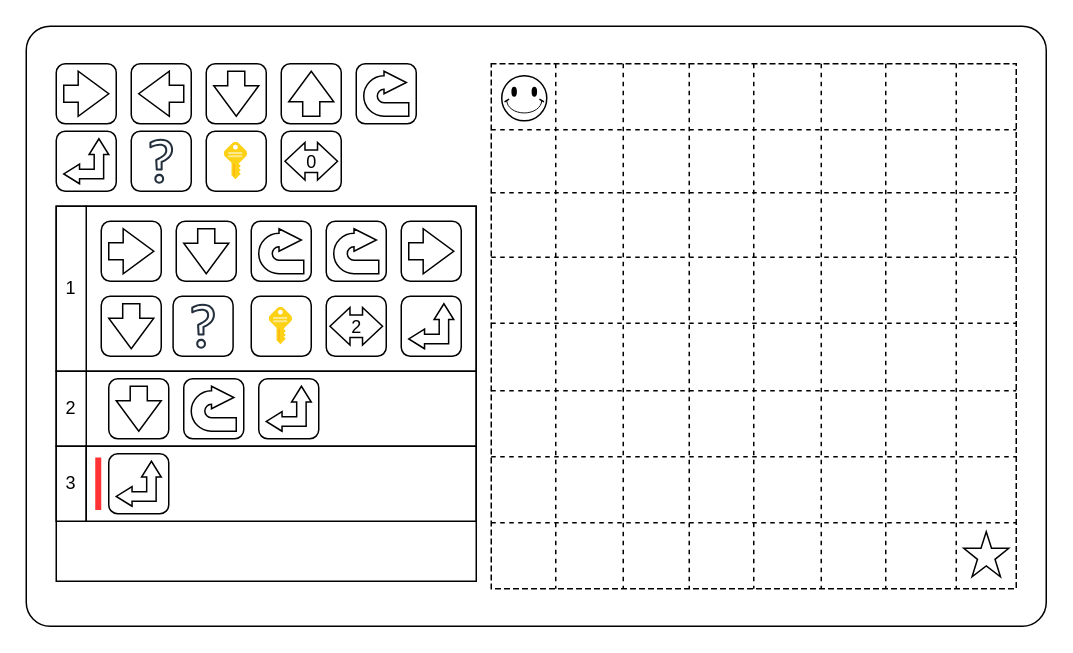
Before: docs/diagram.drawio in martinvarela206/Laberinto--, a draw.io diagram. Source tidied: cells renumbered, new cells numbered last; positions are measured from the earlier drawing's top-left corner, leaving out a move shared by most shapes. Both pictures are drawn from the tidied source at 150%, with x=0, y=0 at pixel (26, 26).
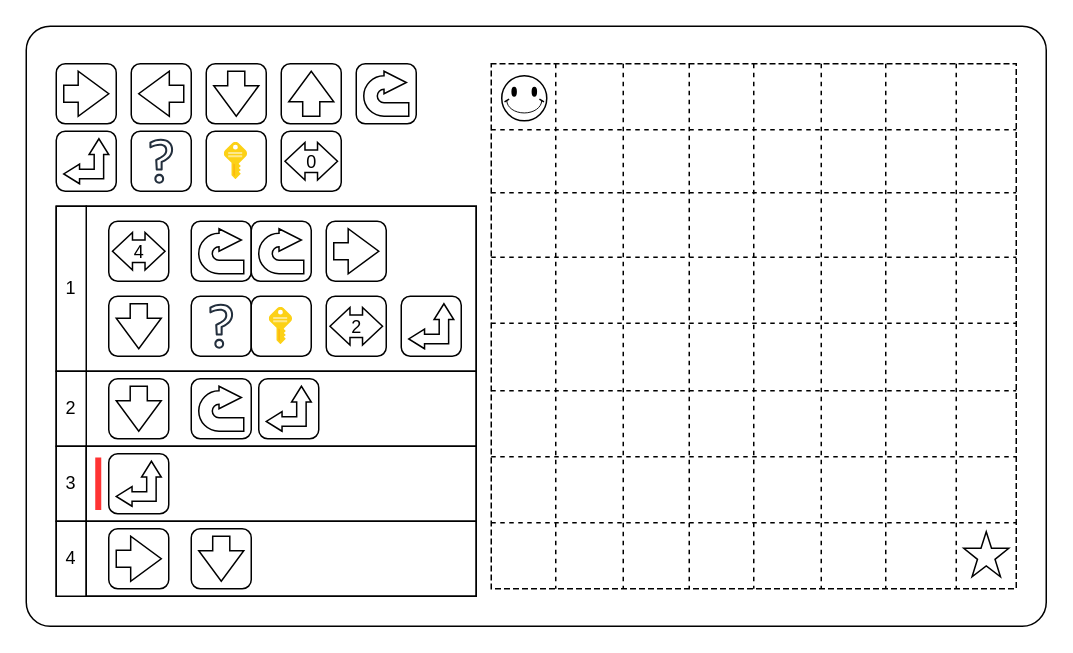
Above is the later version.

Commit message:
fix: update diagram dimensions and adjust cell positions for better layout

Change to the diagram source:
```diff
@@
+    <mxCell id="5" style="rounded=1;whiteSpace=wrap;html=1;arcSize=4;fillColor=none;" parent="1" vertex="1">
+      <mxGeometry width="680" height="400" as="geometry" />
+    </mxCell>
     <mxCell id="2" style="rounded=1;whiteSpace=wrap;html=1;arcSize=0;" parent="1" vertex="1">
-      <mxGeometry x="20" y="120" width="280" height="250" as="geometry" />
+      <mxGeometry x="20" y="120" width="280" height="260" as="geometry" />
     </mxCell>
@@
-    <mxCell id="5" style="rounded=1;whiteSpace=wrap;html=1;arcSize=4;fillColor=none;" parent="1" vertex="1">
-      <mxGeometry width="680" height="400" as="geometry" />
-    </mxCell>
@@
-    <mxCell id="97" style="group;" parent="1" vertex="1">
-      <mxGeometry x="50" y="130" width="40" height="40" as="geometry" />
-    </mxCell>
-    <mxCell id="98" style="rounded=1;whiteSpace=wrap;html=1;" parent="97" vertex="1">
-      <mxGeometry width="40" height="40" as="geometry" />
-    </mxCell>
-    <mxCell id="99" style="html=1;shadow=0;dashed=0;align=center;verticalAlign=middle;shape=mxgraph.arrows2.arrow;dy=0.62;dx=20.38;notch=0;" parent="97" vertex="1">
-      <mxGeometry x="5" y="5" width="30" height="30" as="geometry" />
-    </mxCell>
-    <mxCell id="100" style="group;" parent="1" vertex="1">
-      <mxGeometry x="100" y="130" width="40" height="40" as="geometry" />
-    </mxCell>
-    <mxCell id="101" style="rounded=1;whiteSpace=wrap;html=1;" parent="100" vertex="1">
-      <mxGeometry width="40" height="40" as="geometry" />
-    </mxCell>
-    <mxCell id="102" style="html=1;shadow=0;dashed=0;align=center;verticalAlign=middle;shape=mxgraph.arrows2.arrow;dy=0.62;dx=20.38;notch=0;flipH=1;direction=south;" parent="100" vertex="1">
-      <mxGeometry x="5" y="5" width="30" height="30" as="geometry" />
-    </mxCell>
     <mxCell id="103" style="group;" parent="1" vertex="1">
-      <mxGeometry x="150" y="130" width="40" height="40" as="geometry" />
+      <mxGeometry x="110" y="130" width="40" height="40" as="geometry" />
     </mxCell>
@@
     <mxCell id="106" style="group;" parent="1" vertex="1">
-      <mxGeometry x="200" y="130" width="40" height="40" as="geometry" />
+      <mxGeometry x="150" y="130" width="40" height="40" as="geometry" />
     </mxCell>
@@
     <mxCell id="109" style="group;" parent="1" vertex="1">
-      <mxGeometry x="250" y="130" width="40" height="40" as="geometry" />
+      <mxGeometry x="200" y="130" width="40" height="40" as="geometry" />
     </mxCell>
@@
     <mxCell id="112" style="group;" parent="1" vertex="1">
-      <mxGeometry x="50" y="180" width="40" height="40" as="geometry" />
+      <mxGeometry x="55" y="180" width="40" height="40" as="geometry" />
     </mxCell>
@@
     <mxCell id="115" style="group;" parent="1" vertex="1">
-      <mxGeometry x="105" y="235" width="40" height="40" as="geometry" />
+      <mxGeometry x="110" y="235" width="40" height="40" as="geometry" />
     </mxCell>
@@
     <mxCell id="138" style="group;" parent="1" vertex="1">
-      <mxGeometry x="97.9" y="180" width="40" height="40" as="geometry" />
+      <mxGeometry x="110" y="180" width="40" height="40" as="geometry" />
     </mxCell>
@@
+    <mxCell id="156" value="4" style="rounded=0;whiteSpace=wrap;html=1;" parent="1" vertex="1">
+      <mxGeometry x="20" y="330" width="20" height="50" as="geometry" />
+    </mxCell>
+    <mxCell id="157" style="rounded=0;whiteSpace=wrap;html=1;fillColor=none;" parent="1" vertex="1">
+      <mxGeometry x="40" y="330" width="260" height="50" as="geometry" />
+    </mxCell>
+    <mxCell id="158" style="group;" parent="1" vertex="1">
+      <mxGeometry x="55" y="335" width="40" height="40" as="geometry" />
+    </mxCell>
+    <mxCell id="159" style="rounded=1;whiteSpace=wrap;html=1;" parent="158" vertex="1">
+      <mxGeometry width="40" height="40" as="geometry" />
+    </mxCell>
+    <mxCell id="99" style="html=1;shadow=0;dashed=0;align=center;verticalAlign=middle;shape=mxgraph.arrows2.arrow;dy=0.62;dx=20.38;notch=0;" parent="158" vertex="1">
+      <mxGeometry x="5" y="5" width="30" height="30" as="geometry" />
+    </mxCell>
+    <mxCell id="160" style="group;" parent="1" vertex="1">
+      <mxGeometry x="110" y="335" width="40" height="40" as="geometry" />
+    </mxCell>
+    <mxCell id="161" style="rounded=1;whiteSpace=wrap;html=1;" parent="160" vertex="1">
+      <mxGeometry width="40" height="40" as="geometry" />
+    </mxCell>
+    <mxCell id="102" style="html=1;shadow=0;dashed=0;align=center;verticalAlign=middle;shape=mxgraph.arrows2.arrow;dy=0.62;dx=20.38;notch=0;flipH=1;direction=south;" parent="160" vertex="1">
+      <mxGeometry x="5" y="5" width="30" height="30" as="geometry" />
+    </mxCell>
+    <mxCell id="162" style="group;" parent="1" vertex="1">
+      <mxGeometry x="55" y="130" width="40" height="40" as="geometry" />
+    </mxCell>
+    <mxCell id="163" style="rounded=1;whiteSpace=wrap;html=1;" parent="162" vertex="1">
+      <mxGeometry width="40" height="40" as="geometry" />
+    </mxCell>
+    <mxCell id="164" value="4" style="html=1;shadow=0;dashed=0;align=center;verticalAlign=middle;shape=mxgraph.arrows2.twoWayArrow;dy=0.4;dx=13.32;spacingBottom=0;spacingTop=1;" parent="162" vertex="1">
+      <mxGeometry x="2.5" y="7.5" width="35" height="25" as="geometry" />
+    </mxCell>
```
